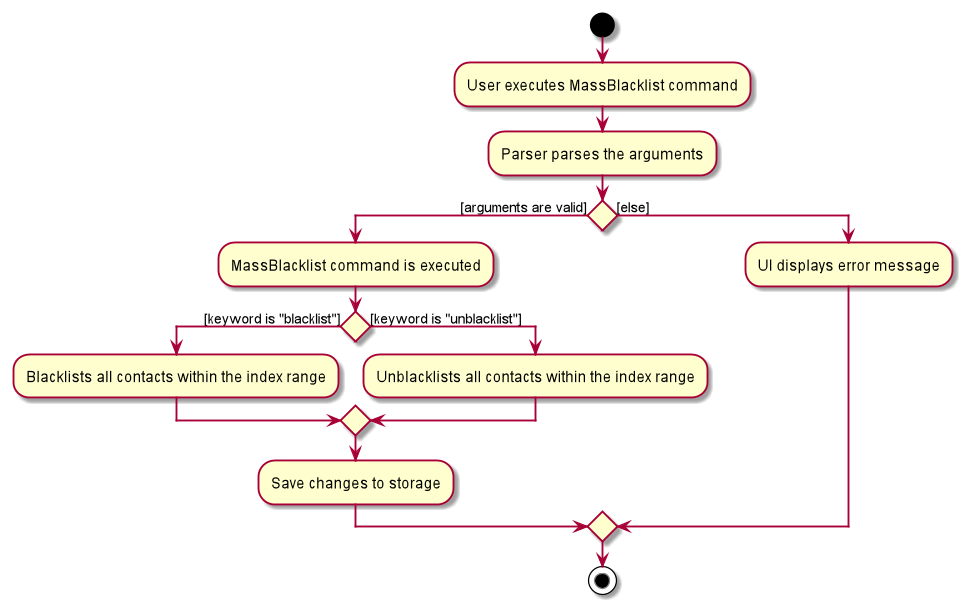
Before: docs/images/MassBlacklistActivityDiagram.png, a diagram exported from PlantUML (nus-cs2103-AY2021S2/tp).
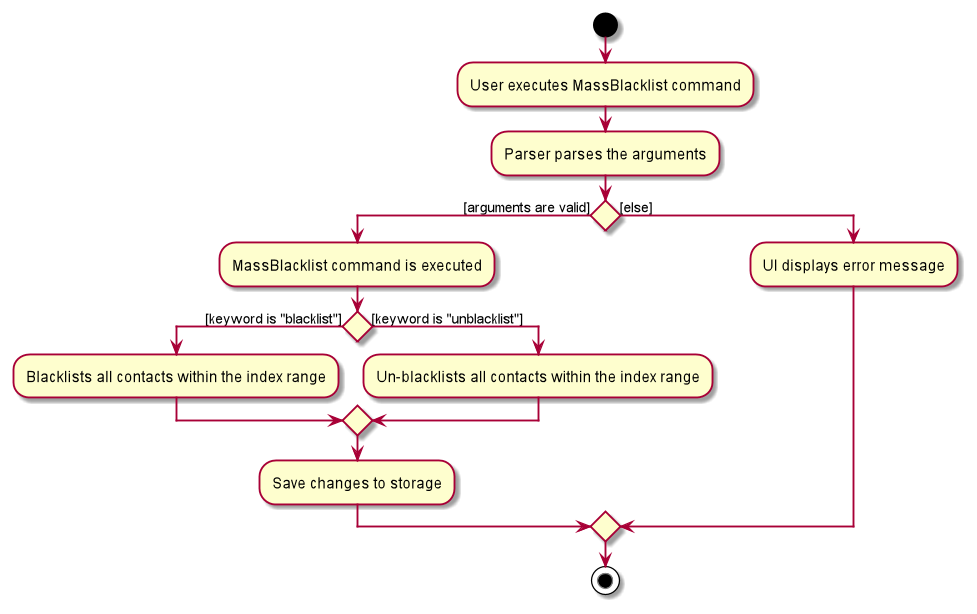
After the commit.

Diff of the diagram source:
```diff
@@ -7,7 +7,7 @@
 if () then ([keyword is "blacklist"])
     :Blacklists all contacts within the index range;
 else ([keyword is "unblacklist"])
-    :Unblacklists all contacts within the index range;
+    :Un-blacklists all contacts within the index range;
 endif
 :Save changes to storage;
 else ([else])
```
